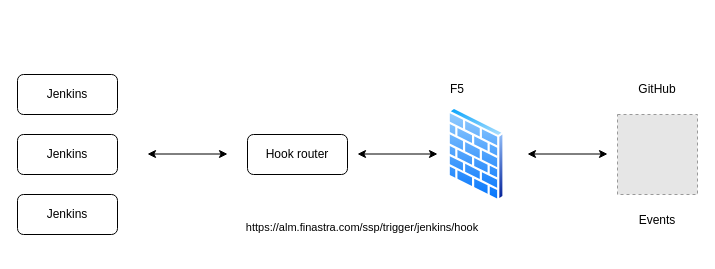
Before: Github to Jenkins.drawio in Sudh33r/drawio, a draw.io diagram. Source tidied: cells renumbered, new cells numbered last; positions are measured from the earlier drawing's top-left corner, leaving out a move shared by most shapes. Both pictures are drawn from the tidied source at 100%, with x=0, y=0 at pixel (17, 74). Pictures stored in the file or linked from it are replaced by grey dashed boxes.
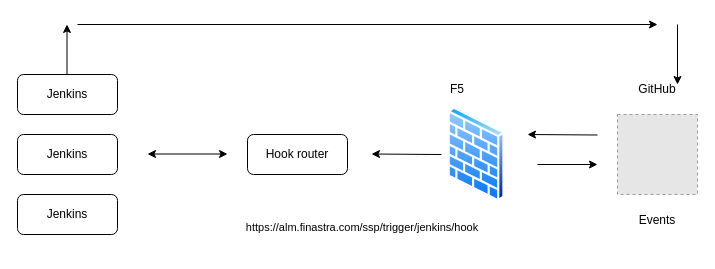
After the change.

The edit, as a diff of the source:
```diff
@@
-    <mxCell id="10" style="endArrow=classic;startArrow=classic;html=1;rounded=0;" parent="1" edge="1">
-      <mxGeometry relative="1" as="geometry">
-        <mxPoint x="510" y="79.5" as="sourcePoint" />
-        <mxPoint x="590" y="79.5" as="targetPoint" />
-      </mxGeometry>
-    </mxCell>
-    <mxCell id="11" style="endArrow=classic;startArrow=classic;html=1;rounded=0;" parent="1" edge="1">
-      <mxGeometry relative="1" as="geometry">
-        <mxPoint x="340" y="79.5" as="sourcePoint" />
-        <mxPoint x="420" y="79.5" as="targetPoint" />
-      </mxGeometry>
-    </mxCell>
@@
+    <mxCell id="15" style="endArrow=classic;html=1;rounded=0;" parent="1" edge="1">
+      <mxGeometry relative="1" as="geometry">
+        <mxPoint x="580" y="60.5" as="sourcePoint" />
+        <mxPoint x="510" y="60" as="targetPoint" />
+      </mxGeometry>
+    </mxCell>
+    <mxCell id="16" style="endArrow=classic;html=1;rounded=0;" parent="1" edge="1">
+      <mxGeometry relative="1" as="geometry">
+        <mxPoint x="424" y="80" as="sourcePoint" />
+        <mxPoint x="354" y="79.5" as="targetPoint" />
+      </mxGeometry>
+    </mxCell>
+    <mxCell id="17" style="endArrow=classic;html=1;rounded=0;" parent="1" edge="1">
+      <mxGeometry relative="1" as="geometry">
+        <mxPoint x="520" y="90" as="sourcePoint" />
+        <mxPoint x="580" y="90" as="targetPoint" />
+      </mxGeometry>
+    </mxCell>
+    <mxCell id="18" style="endArrow=classic;html=1;rounded=0;" parent="1" edge="1">
+      <mxGeometry relative="1" as="geometry">
+        <mxPoint x="60" y="-50" as="sourcePoint" />
+        <mxPoint x="640" y="-50" as="targetPoint" />
+      </mxGeometry>
+    </mxCell>
+    <mxCell id="19" style="endArrow=classic;html=1;rounded=0;" parent="1" edge="1">
+      <mxGeometry relative="1" as="geometry">
+        <mxPoint x="49.5" as="sourcePoint" />
+        <mxPoint x="49.5" y="-50" as="targetPoint" />
+      </mxGeometry>
+    </mxCell>
+    <mxCell id="20" style="endArrow=classic;html=1;rounded=0;" parent="1" edge="1">
+      <mxGeometry relative="1" as="geometry">
+        <mxPoint x="660" y="-50" as="sourcePoint" />
+        <mxPoint x="660" y="10" as="targetPoint" />
+      </mxGeometry>
+    </mxCell>
```
